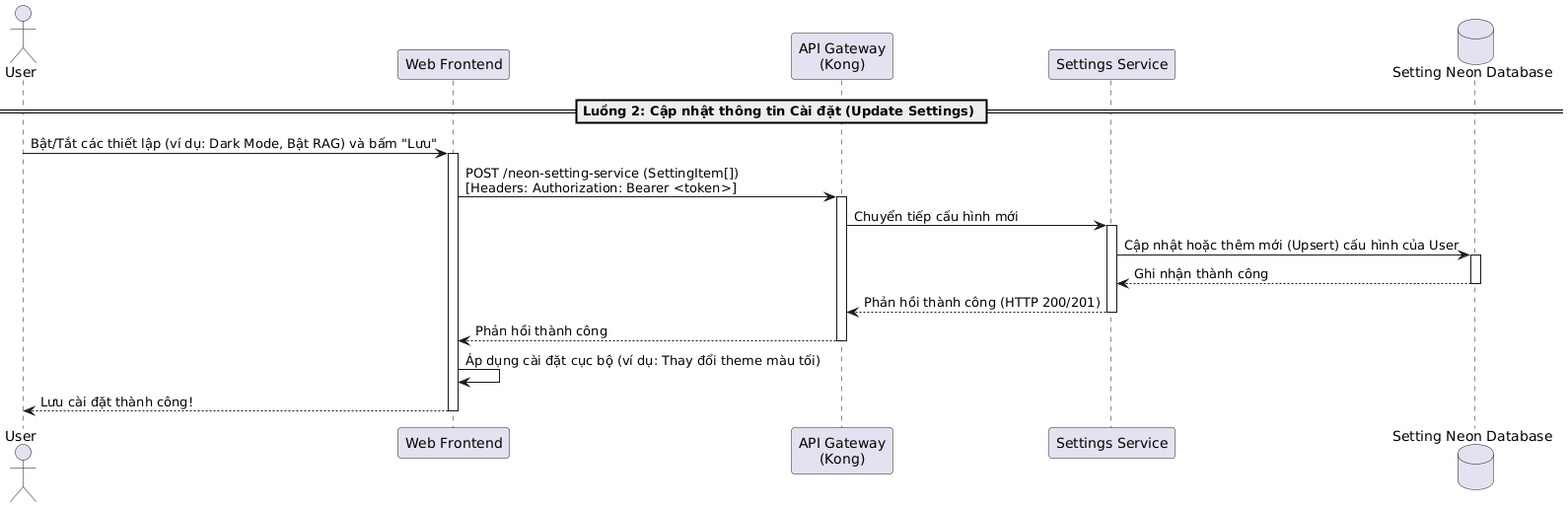
This is temp/05-sequence/UML-Sequence-16.png from 20206205Tech/docs-uml, a PlantUML export, as it was before one commit.
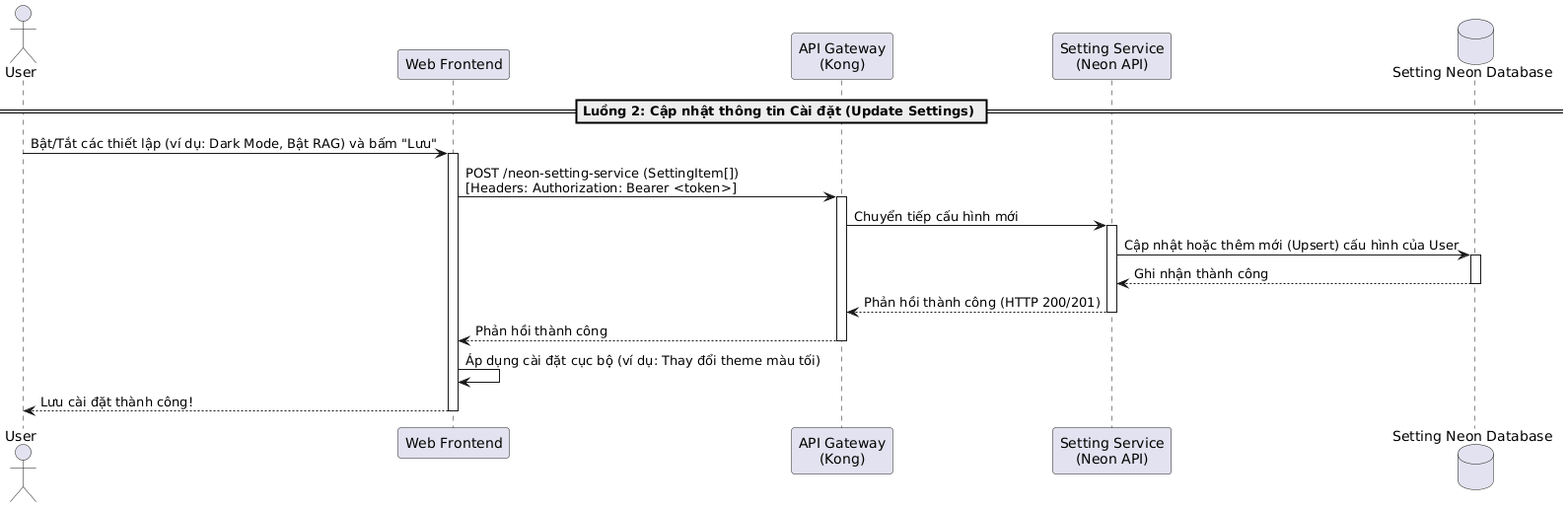
After the change.

What changed in the source:
```diff
@@ -2,7 +2,7 @@
 actor "User" as User
 participant "Web Frontend" as Frontend
 participant "API Gateway\n(Kong)" as Kong
-participant "Settings Service" as SettingsService
+participant "Setting Service\n(Neon API)" as SettingService
 database "Setting Neon Database" as DB
 
 == Luồng 2: Cập nhật thông tin Cài đặt (Update Settings) ==
@@ -11,14 +11,14 @@
 
 Frontend -> Kong: POST /neon-setting-service (SettingItem[]) \n[Headers: Authorization: Bearer <token>]
 activate Kong
-Kong -> SettingsService: Chuyển tiếp cấu hình mới
-activate SettingsService
-SettingsService -> DB: Cập nhật hoặc thêm mới (Upsert) cấu hình của User
+Kong -> SettingService: Chuyển tiếp cấu hình mới
+activate SettingService
+SettingService -> DB: Cập nhật hoặc thêm mới (Upsert) cấu hình của User
 activate DB
-DB --> SettingsService: Ghi nhận thành công
+DB --> SettingService: Ghi nhận thành công
 deactivate DB
-SettingsService --> Kong: Phản hồi thành công (HTTP 200/201)
-deactivate SettingsService
+SettingService --> Kong: Phản hồi thành công (HTTP 200/201)
+deactivate SettingService
 Kong --> Frontend: Phản hồi thành công
 deactivate Kong
 
```
